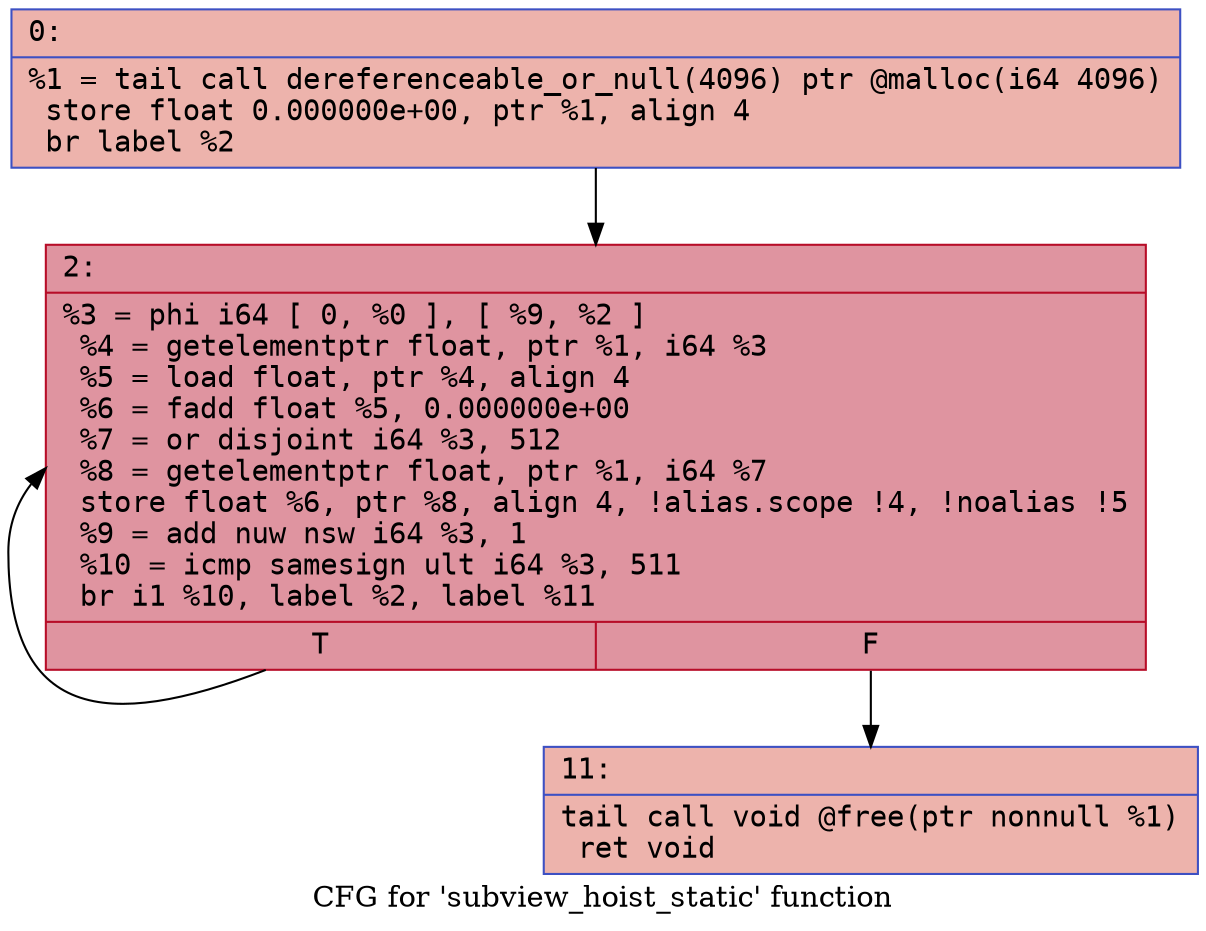
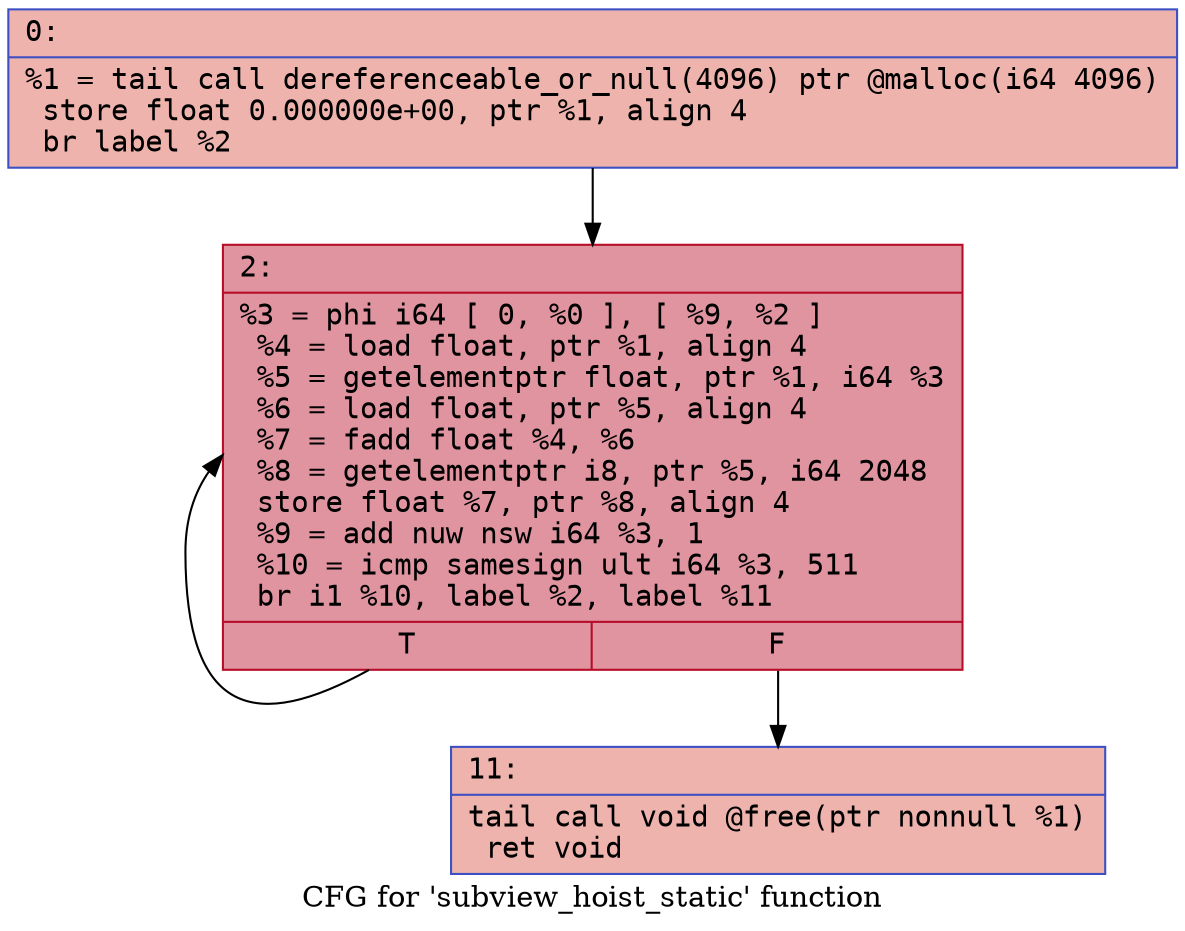
digraph "CFG for 'subview_hoist_static' function" {
	label="CFG for 'subview_hoist_static' function";

- 	Node0x102eea4d0 [shape=record,color="#3d50c3ff", style=filled, fillcolor="#d6524470" fontname="Courier",label="{0:\l|  %1 = tail call dereferenceable_or_null(4096) ptr @malloc(i64 4096)\l  store float 0.000000e+00, ptr %1, align 4\l  br label %2\l}"];
- 	Node0x102eea4d0 -> Node0x102eea6c0;
- 	Node0x102eea6c0 [shape=record,color="#b70d28ff", style=filled, fillcolor="#b70d2870" fontname="Courier",label="{2:\l|  %3 = phi i64 [ 0, %0 ], [ %9, %2 ]\l  %4 = getelementptr float, ptr %1, i64 %3\l  %5 = load float, ptr %4, align 4\l  %6 = fadd float %5, 0.000000e+00\l  %7 = or disjoint i64 %3, 512\l  %8 = getelementptr float, ptr %1, i64 %7\l  store float %6, ptr %8, align 4, !alias.scope !4, !noalias !5\l  %9 = add nuw nsw i64 %3, 1\l  %10 = icmp samesign ult i64 %3, 511\l  br i1 %10, label %2, label %11\l|{<s0>T|<s1>F}}"];
- 	Node0x102eea6c0:s0 -> Node0x102eea6c0;
- 	Node0x102eea6c0:s1 -> Node0x102eeab80;
- 	Node0x102eeab80 [shape=record,color="#3d50c3ff", style=filled, fillcolor="#d6524470" fontname="Courier",label="{11:\l|  tail call void @free(ptr nonnull %1)\l  ret void\l}"];
+ 	Node0x109180cb0 [shape=record,color="#3d50c3ff", style=filled, fillcolor="#d6524470" fontname="Courier",label="{0:\l|  %1 = tail call dereferenceable_or_null(4096) ptr @malloc(i64 4096)\l  store float 0.000000e+00, ptr %1, align 4\l  br label %2\l}"];
+ 	Node0x109180cb0 -> Node0x109180da0;
+ 	Node0x109180da0 [shape=record,color="#b70d28ff", style=filled, fillcolor="#b70d2870" fontname="Courier",label="{2:\l|  %3 = phi i64 [ 0, %0 ], [ %9, %2 ]\l  %4 = load float, ptr %1, align 4\l  %5 = getelementptr float, ptr %1, i64 %3\l  %6 = load float, ptr %5, align 4\l  %7 = fadd float %4, %6\l  %8 = getelementptr i8, ptr %5, i64 2048\l  store float %7, ptr %8, align 4\l  %9 = add nuw nsw i64 %3, 1\l  %10 = icmp samesign ult i64 %3, 511\l  br i1 %10, label %2, label %11\l|{<s0>T|<s1>F}}"];
+ 	Node0x109180da0:s0 -> Node0x109180da0;
+ 	Node0x109180da0:s1 -> Node0x109180ff0;
+ 	Node0x109180ff0 [shape=record,color="#3d50c3ff", style=filled, fillcolor="#d6524470" fontname="Courier",label="{11:\l|  tail call void @free(ptr nonnull %1)\l  ret void\l}"];
}
